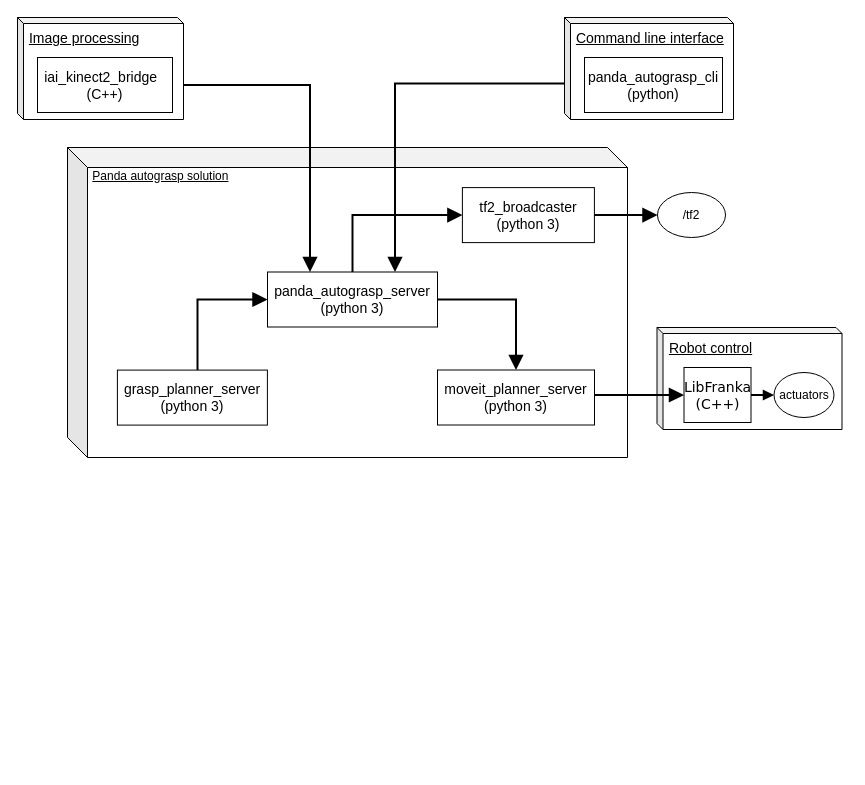
rickstaa/panda-autograsp keeps this draw.io diagram as docs/source/_images/algorithm_overview.drawio. Above is the earlier version. Source tidied: cells renumbered, new cells numbered last; positions are measured from the earlier drawing's top-left corner, leaving out a move shared by most shapes. Both pictures are drawn from the tidied source at 100%, with x=0, y=0 at pixel (17, 17).
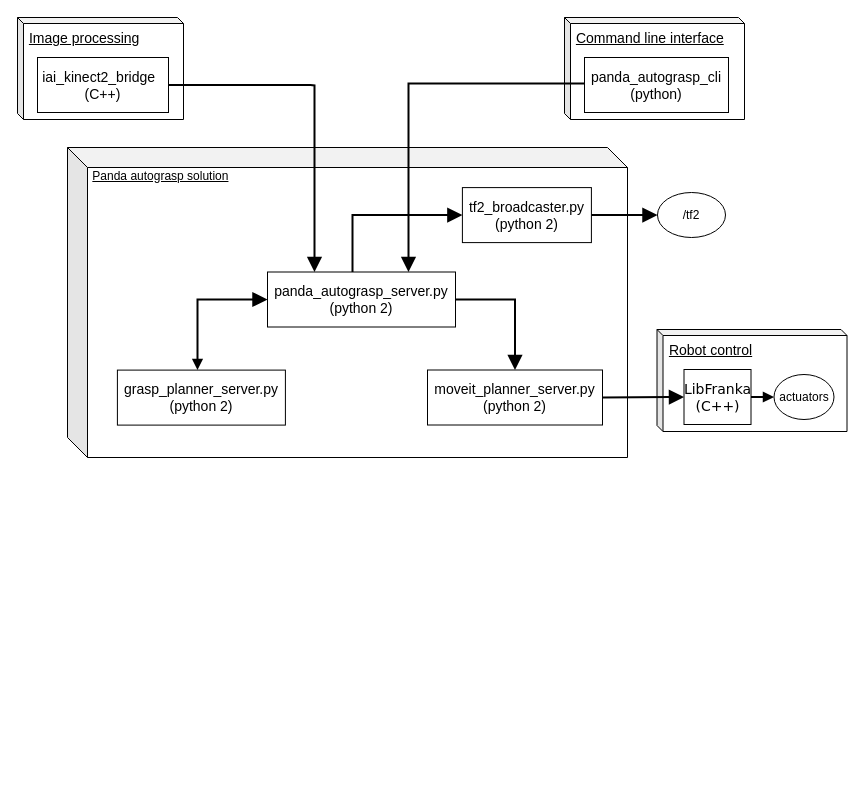
The same diagram, later.

Unchanged cells that the change refers to:
```xml
<mxCell id="6" value="&lt;span style=&quot;font-family: &amp;#34;verdana&amp;#34; ; white-space: nowrap&quot;&gt;LibFranka&lt;/span&gt;&lt;br style=&quot;font-family: &amp;#34;verdana&amp;#34; ; white-space: nowrap&quot;&gt;&lt;span style=&quot;font-family: &amp;#34;verdana&amp;#34; ; white-space: nowrap&quot;&gt;(C++)&lt;/span&gt;" style="rounded=0;whiteSpace=wrap;html=1;fontSize=14;" parent="5" vertex="1">
  <mxGeometry width="67" height="55" as="geometry" />
</mxCell>
```

Diff of the diagram source:
```diff
@@
-    <mxCell id="2" style="group;" parent="1" vertex="1">
-      <mxGeometry width="824.5" height="440" as="geometry" />
-    </mxCell>
-    <mxCell id="3" style="group;" parent="2" vertex="1">
-      <mxGeometry x="639.5" y="310" width="185" height="102" as="geometry" />
-    </mxCell>
+    <mxCell id="33" style="group;" parent="1" vertex="1">
+      <mxGeometry width="829.5" height="440" as="geometry" />
+    </mxCell>
+    <mxCell id="22" value="/tf2" style="ellipse;whiteSpace=wrap;html=1;rounded=1;" parent="33" vertex="1">
+      <mxGeometry x="640" y="175" width="68" height="45" as="geometry" />
+    </mxCell>
+    <mxCell id="34" style="group;" parent="33" vertex="1">
+      <mxGeometry width="166" height="102" as="geometry" />
+    </mxCell>
+    <mxCell id="28" value="&lt;span style=&quot;font-size: 14px&quot;&gt;&amp;nbsp;&lt;/span&gt;&lt;u style=&quot;font-size: 14px&quot;&gt;Image processing&lt;br style=&quot;font-size: 14px&quot;&gt;&lt;/u&gt;" style="shape=cube;whiteSpace=wrap;html=1;boundedLbl=1;backgroundOutline=1;darkOpacity=0.05;darkOpacity2=0.1;labelBackgroundColor=none;size=6;align=left;verticalAlign=top;fontSize=14;" parent="34" vertex="1">
+      <mxGeometry width="166" height="102" as="geometry" />
+    </mxCell>
+    <mxCell id="29" value="iai_kinect2_bridge&amp;nbsp;&amp;nbsp;&lt;br style=&quot;font-size: 14px&quot;&gt;(C++)" style="rounded=0;whiteSpace=wrap;html=1;shadow=0;comic=0;fontSize=14;" parent="34" vertex="1">
+      <mxGeometry x="20" y="40" width="131" height="55" as="geometry" />
+    </mxCell>
+    <mxCell id="35" style="group;" parent="33" vertex="1">
+      <mxGeometry x="639.5" y="312" width="190" height="102" as="geometry" />
+    </mxCell>
-    <mxCell id="4" value="&lt;span style=&quot;font-size: 14px&quot;&gt;&amp;nbsp;&lt;u&gt;Robot control&lt;/u&gt;&lt;br style=&quot;font-size: 14px&quot;&gt;&lt;/span&gt;" style="shape=cube;whiteSpace=wrap;html=1;boundedLbl=1;backgroundOutline=1;darkOpacity=0.05;darkOpacity2=0.1;labelBackgroundColor=none;size=6;align=left;verticalAlign=top;fontSize=14;" parent="3" vertex="1">
-      <mxGeometry width="185" height="102" as="geometry" />
+    <mxCell id="4" value="&lt;span style=&quot;font-size: 14px&quot;&gt;&amp;nbsp;&lt;u&gt;Robot control&lt;/u&gt;&lt;br style=&quot;font-size: 14px&quot;&gt;&lt;/span&gt;" style="shape=cube;whiteSpace=wrap;html=1;boundedLbl=1;backgroundOutline=1;darkOpacity=0.05;darkOpacity2=0.1;labelBackgroundColor=none;size=6;align=left;verticalAlign=top;fontSize=14;" parent="35" vertex="1">
+      <mxGeometry width="190" height="102" as="geometry" />
     </mxCell>
-    <mxCell id="5" style="group;" parent="3" vertex="1">
+    <mxCell id="5" style="group;" parent="35" vertex="1">
       <mxGeometry x="27" y="40" width="150" height="55" as="geometry" />
     </mxCell>
@@
+    <mxCell id="36" style="group;" parent="33" vertex="1">
+      <mxGeometry x="50" y="130" width="560" height="310" as="geometry" />
+    </mxCell>
-    <mxCell id="9" style="group;" parent="2" vertex="1">
-      <mxGeometry x="50" y="130" width="560" height="310" as="geometry" />
+    <mxCell id="9" style="group;" parent="36" vertex="1">
+      <mxGeometry width="560" height="310" as="geometry" />
     </mxCell>
@@
-    <mxCell id="11" value="panda_autograsp_server&lt;br&gt;(python 3)" style="rounded=0;whiteSpace=wrap;html=1;fontSize=14;" parent="9" vertex="1">
-      <mxGeometry x="200" y="124.5" width="170" height="55" as="geometry" />
+    <mxCell id="11" value="panda_autograsp_server.py&lt;br&gt;(python 2)" style="rounded=0;whiteSpace=wrap;html=1;fontSize=14;" parent="9" vertex="1">
+      <mxGeometry x="200" y="124.5" width="188" height="55" as="geometry" />
     </mxCell>
@@
-    <mxCell id="13" value="moveit_planner_server&lt;br&gt;(python 3)" style="rounded=0;whiteSpace=wrap;html=1;fontSize=14;" parent="9" vertex="1">
-      <mxGeometry x="370" y="222.5" width="157" height="55" as="geometry" />
-    </mxCell>
-    <mxCell id="14" value="tf2_broadcaster&lt;br&gt;(python 3)" style="rounded=0;whiteSpace=wrap;html=1;fontSize=14;" parent="9" vertex="1">
-      <mxGeometry x="394.9" y="40.1" width="132" height="55" as="geometry" />
+    <mxCell id="14" value="tf2_broadcaster.py&lt;br&gt;(python 2)" style="rounded=0;whiteSpace=wrap;html=1;fontSize=14;" parent="9" vertex="1">
+      <mxGeometry x="394.9" y="40.1" width="129" height="55" as="geometry" />
     </mxCell>
-    <mxCell id="15" style="edgeStyle=orthogonalEdgeStyle;rounded=0;jettySize=auto;html=1;startArrow=none;startFill=0;startSize=6;endArrow=block;endFill=1;entryX=0;entryY=0.5;entryDx=0;entryDy=0;fontFamily=Verdana;fontSize=14;strokeWidth=2;labelBackgroundColor=none;endSize=10;" parent="9" edge="1" source="11" target="14">
-      <mxGeometry relative="1" as="geometry">
-        <Array as="points">
-          <mxPoint x="285" y="68" />
-        </Array>
-      </mxGeometry>
-    </mxCell>
-    <mxCell id="16" style="edgeStyle=orthogonalEdgeStyle;rounded=0;jettySize=auto;html=1;startArrow=none;startFill=0;startSize=6;endArrow=block;endFill=1;entryX=0;entryY=0.5;entryDx=0;entryDy=0;fontFamily=Verdana;fontSize=14;strokeWidth=2;labelBackgroundColor=none;endSize=10;" parent="9" edge="1" source="17" target="11">
+    <mxCell id="16" style="edgeStyle=orthogonalEdgeStyle;rounded=0;jettySize=auto;html=1;startArrow=block;startFill=1;startSize=6;endArrow=block;endFill=1;entryX=0;entryY=0.5;entryDx=0;entryDy=0;fontFamily=Verdana;fontSize=14;strokeWidth=2;labelBackgroundColor=none;endSize=10;" parent="9" edge="1" source="17" target="11">
       <mxGeometry relative="1" as="geometry">
         <Array as="points">
           <mxPoint x="130" y="152" />
         </Array>
       </mxGeometry>
     </mxCell>
-    <mxCell id="17" value="grasp_planner_server&lt;br&gt;(python 3)" style="rounded=0;whiteSpace=wrap;html=1;fontSize=14;" parent="9" vertex="1">
-      <mxGeometry x="49.9" y="222.6" width="150" height="55" as="geometry" />
+    <mxCell id="17" value="grasp_planner_server.py&lt;br&gt;(python 2)" style="rounded=0;whiteSpace=wrap;html=1;fontSize=14;" parent="9" vertex="1">
+      <mxGeometry x="49.9" y="222.6" width="168" height="55" as="geometry" />
     </mxCell>
-    <mxCell id="18" style="endArrow=block;html=1;endFill=1;edgeStyle=orthogonalEdgeStyle;startArrow=none;startFill=0;rounded=0;fontFamily=Verdana;fontSize=14;labelBackgroundColor=none;endSize=10;startSize=6;strokeWidth=2;exitX=1;exitY=0.5;exitDx=0;exitDy=0;entryX=0.25;entryY=0;entryDx=0;entryDy=0;" parent="2" edge="1" source="29" target="11">
-      <mxGeometry relative="1" as="geometry">
-        <Array as="points">
-          <mxPoint x="293" y="68" />
-        </Array>
-      </mxGeometry>
-    </mxCell>
-    <mxCell id="19" style="edgeStyle=orthogonalEdgeStyle;rounded=0;jettySize=auto;html=1;entryX=0.75;entryY=0;entryDx=0;entryDy=0;fontFamily=Verdana;fontSize=14;strokeWidth=2;labelBackgroundColor=none;endFill=1;endArrow=block;endSize=10;startFill=0;startArrow=none;startSize=6;" parent="2" edge="1" target="11">
-      <mxGeometry relative="1" as="geometry">
-        <mxPoint x="567" y="66" as="sourcePoint" />
-        <Array as="points">
-          <mxPoint x="378" y="66" />
-        </Array>
-      </mxGeometry>
-    </mxCell>
-    <mxCell id="20" style="edgeStyle=orthogonalEdgeStyle;rounded=0;jettySize=auto;html=1;startArrow=none;startFill=0;startSize=6;endArrow=block;endFill=1;fontFamily=Verdana;fontSize=14;labelBackgroundColor=none;strokeWidth=2;endSize=10;entryX=0;entryY=0.5;entryDx=0;entryDy=0;" parent="2" edge="1" target="6">
-      <mxGeometry relative="1" as="geometry">
-        <mxPoint x="576.5" y="377.5" as="sourcePoint" />
-        <Array as="points">
-          <mxPoint x="646.5" y="378" />
-          <mxPoint x="646.5" y="378" />
-        </Array>
-      </mxGeometry>
-    </mxCell>
-    <mxCell id="21" style="edgeStyle=orthogonalEdgeStyle;rounded=0;jettySize=auto;html=1;startArrow=none;startFill=0;startSize=6;endArrow=block;endFill=1;fontFamily=Verdana;fontSize=14;labelBackgroundColor=none;strokeWidth=2;endSize=10;" parent="2" edge="1" source="14" target="22">
-      <mxGeometry relative="1" as="geometry">
-        <Array as="points">
-          <mxPoint x="690" y="195" />
-          <mxPoint x="690" y="195" />
-        </Array>
-      </mxGeometry>
-    </mxCell>
-    <mxCell id="22" value="/tf2" style="ellipse;whiteSpace=wrap;html=1;rounded=1;" parent="2" vertex="1">
-      <mxGeometry x="640" y="175" width="68" height="45" as="geometry" />
-    </mxCell>
+    <mxCell id="13" value="moveit_planner_server.py&lt;br&gt;(python 2)" style="rounded=0;whiteSpace=wrap;html=1;fontSize=14;" parent="9" vertex="1">
+      <mxGeometry x="360" y="222.5" width="175" height="55" as="geometry" />
+    </mxCell>
+    <mxCell id="15" style="edgeStyle=orthogonalEdgeStyle;rounded=0;jettySize=auto;html=1;startArrow=none;startFill=0;startSize=6;endArrow=block;endFill=1;entryX=0;entryY=0.5;entryDx=0;entryDy=0;fontFamily=Verdana;fontSize=14;strokeWidth=2;labelBackgroundColor=none;endSize=10;" parent="9" edge="1" source="11" target="14">
+      <mxGeometry relative="1" as="geometry">
+        <Array as="points">
+          <mxPoint x="285" y="68" />
+        </Array>
+      </mxGeometry>
+    </mxCell>
+    <mxCell id="37" style="group;" parent="33" vertex="1">
+      <mxGeometry x="547" width="178" height="102" as="geometry" />
+    </mxCell>
-    <mxCell id="23" style="group;" parent="2" vertex="1">
-      <mxGeometry x="547" width="169" height="102" as="geometry" />
+    <mxCell id="23" style="group;" parent="37" vertex="1">
+      <mxGeometry width="178" height="102" as="geometry" />
     </mxCell>
     <mxCell id="24" value="&amp;nbsp;&lt;u&gt;Command line interface&lt;/u&gt;&lt;u style=&quot;font-size: 14px&quot;&gt;&lt;br style=&quot;font-size: 14px&quot;&gt;&lt;/u&gt;" style="shape=cube;whiteSpace=wrap;html=1;boundedLbl=1;backgroundOutline=1;darkOpacity=0.05;darkOpacity2=0.1;labelBackgroundColor=none;size=6;align=left;verticalAlign=top;fontSize=14;" parent="23" vertex="1">
-      <mxGeometry width="169" height="102" as="geometry" />
+      <mxGeometry width="180" height="102" as="geometry" />
     </mxCell>
     <mxCell id="25" value="panda_autograsp_cli&lt;br&gt;(python)" style="rounded=0;whiteSpace=wrap;html=1;shadow=0;comic=0;fontSize=14;" parent="23" vertex="1">
-      <mxGeometry x="20" y="40" width="138" height="55" as="geometry" />
+      <mxGeometry x="20" y="40" width="144" height="55" as="geometry" />
     </mxCell>
-    <mxCell id="26" style="group;" parent="2" vertex="1">
-      <mxGeometry width="161" height="102" as="geometry" />
-    </mxCell>
-    <mxCell id="27" style="group;" parent="26" vertex="1">
-      <mxGeometry width="161" height="102" as="geometry" />
-    </mxCell>
-    <mxCell id="28" value="&lt;span style=&quot;font-size: 14px&quot;&gt;&amp;nbsp;&lt;/span&gt;&lt;u style=&quot;font-size: 14px&quot;&gt;Image processing&lt;br style=&quot;font-size: 14px&quot;&gt;&lt;/u&gt;" style="shape=cube;whiteSpace=wrap;html=1;boundedLbl=1;backgroundOutline=1;darkOpacity=0.05;darkOpacity2=0.1;labelBackgroundColor=none;size=6;align=left;verticalAlign=top;fontSize=14;" parent="27" vertex="1">
-      <mxGeometry width="166" height="102" as="geometry" />
-    </mxCell>
-    <mxCell id="29" value="iai_kinect2_bridge&amp;nbsp;&amp;nbsp;&lt;br style=&quot;font-size: 14px&quot;&gt;(C++)" style="rounded=0;whiteSpace=wrap;html=1;shadow=0;comic=0;fontSize=14;" parent="27" vertex="1">
-      <mxGeometry x="20" y="40" width="135" height="55" as="geometry" />
-    </mxCell>
+    <mxCell id="19" style="edgeStyle=orthogonalEdgeStyle;rounded=0;jettySize=auto;html=1;entryX=0.75;entryY=0;entryDx=0;entryDy=0;fontFamily=Verdana;fontSize=14;strokeWidth=2;labelBackgroundColor=none;endFill=1;endArrow=block;endSize=10;startFill=0;startArrow=none;startSize=6;" parent="33" edge="1" target="11">
+      <mxGeometry relative="1" as="geometry">
+        <mxPoint x="567" y="66" as="sourcePoint" />
+        <Array as="points">
+          <mxPoint x="391" y="66" />
+        </Array>
+      </mxGeometry>
+    </mxCell>
+    <mxCell id="18" style="endArrow=block;html=1;endFill=1;edgeStyle=orthogonalEdgeStyle;startArrow=none;startFill=0;rounded=0;fontFamily=Verdana;fontSize=14;labelBackgroundColor=none;endSize=10;startSize=6;strokeWidth=2;exitX=1;exitY=0.5;exitDx=0;exitDy=0;entryX=0.25;entryY=0;entryDx=0;entryDy=0;" parent="33" edge="1" source="29" target="11">
+      <mxGeometry relative="1" as="geometry">
+        <Array as="points">
+          <mxPoint x="293" y="68" />
+          <mxPoint x="297" y="68" />
+        </Array>
+      </mxGeometry>
+    </mxCell>
+    <mxCell id="38" style="endArrow=block;html=1;exitX=1;exitY=0.5;exitDx=0;exitDy=0;entryX=0;entryY=0.5;entryDx=0;entryDy=0;rounded=0;fontFamily=Verdana;fontSize=14;strokeWidth=2;labelBackgroundColor=none;endFill=1;endSize=10;startFill=0;startArrow=none;startSize=10;" parent="33" edge="1" source="13" target="6">
+      <mxGeometry relative="1" as="geometry" />
+    </mxCell>
+    <mxCell id="21" style="edgeStyle=orthogonalEdgeStyle;rounded=0;jettySize=auto;html=1;startArrow=none;startFill=0;startSize=6;endArrow=block;endFill=1;fontFamily=Verdana;fontSize=14;labelBackgroundColor=none;strokeWidth=2;endSize=10;" parent="33" edge="1" source="14" target="22">
+      <mxGeometry relative="1" as="geometry">
+        <Array as="points">
+          <mxPoint x="690" y="195" />
+          <mxPoint x="690" y="195" />
+        </Array>
+      </mxGeometry>
+    </mxCell>
```
